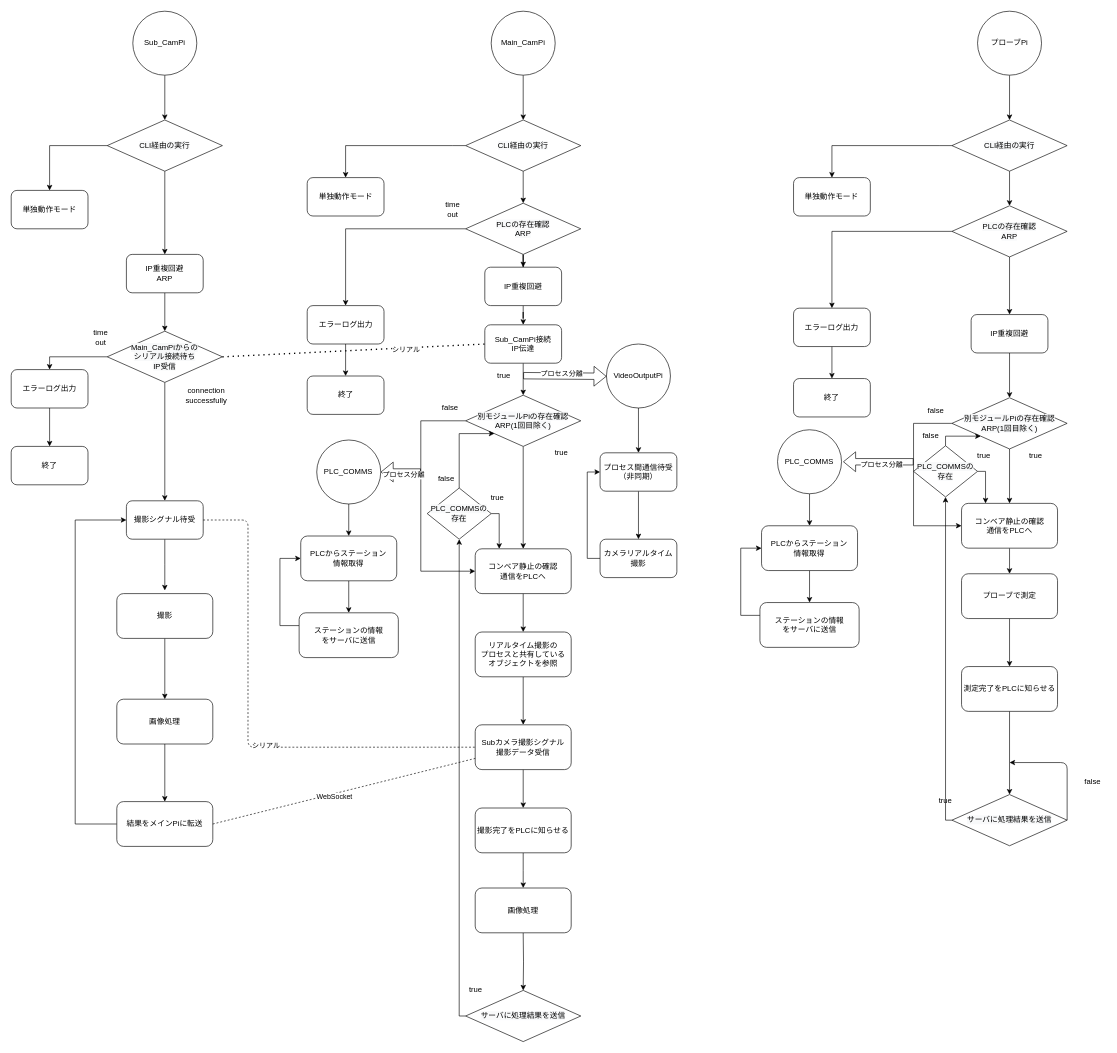
This is 設計/フローチャート.drawio from chekke1999/kaihatukadai, a draw.io file, before an edit. Source tidied: cells renumbered, new cells numbered last; positions are measured from the earlier drawing's top-left corner, leaving out a move shared by most shapes. Both pictures are drawn from the tidied source at 64%, with x=0, y=0 at pixel (11, 11).
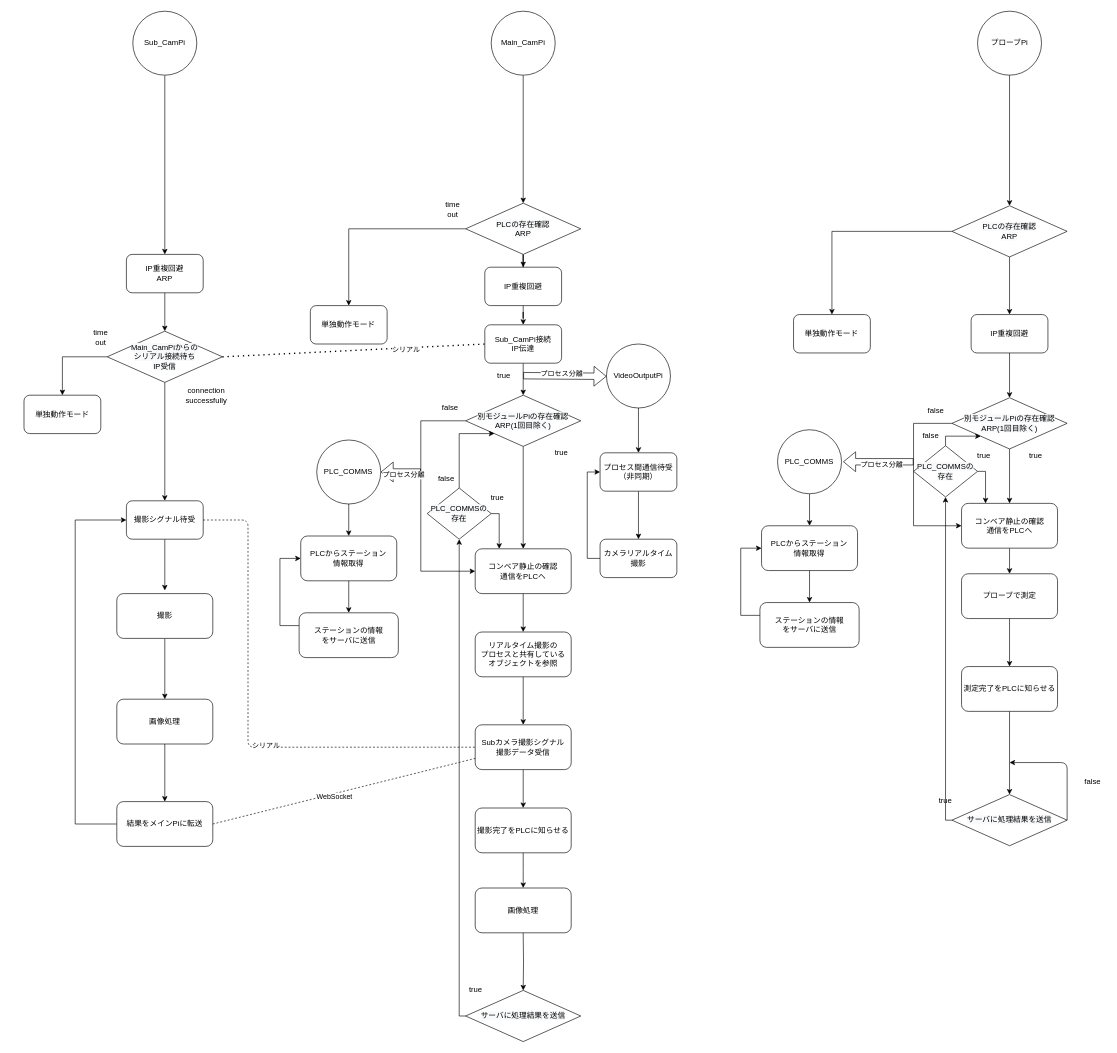
The same page after the edit.

Commit message:
フローチャート.drawio を更新します

Unchanged cells that the change refers to:
```xml
<mxCell id="3" value="Main_CamPi" style="ellipse;whiteSpace=wrap;html=1;" parent="1" vertex="1">
  <mxGeometry x="750" width="100" height="100" as="geometry" />
</mxCell>
<mxCell id="22" value="プローブPi" style="ellipse;whiteSpace=wrap;html=1;" parent="1" vertex="1">
  <mxGeometry x="1509.9" width="100" height="100" as="geometry" />
</mxCell>
<mxCell id="64" value="&lt;span style=&quot;color: rgb(0 , 0 , 0) ; font-family: &amp;#34;helvetica&amp;#34; ; font-size: 12px ; font-style: normal ; font-weight: 400 ; letter-spacing: normal ; text-align: center ; text-indent: 0px ; text-transform: none ; word-spacing: 0px ; background-color: rgb(248 , 249 , 250) ; display: inline ; float: none&quot;&gt;PLCの存在確認&lt;br&gt;ARP&lt;br&gt;&lt;/span&gt;" style="rhombus;whiteSpace=wrap;html=1;" parent="1" vertex="1">
  <mxGeometry x="710" y="300" width="180" height="80" as="geometry" />
</mxCell>
<mxCell id="67" value="Sub_CamPi" style="ellipse;whiteSpace=wrap;html=1;" parent="1" vertex="1">
  <mxGeometry x="190" width="100" height="100" as="geometry" />
</mxCell>
<mxCell id="70" value="&lt;span style=&quot;color: rgb(0 , 0 , 0) ; font-family: &amp;#34;helvetica&amp;#34; ; font-size: 12px ; font-style: normal ; font-weight: 400 ; letter-spacing: normal ; text-align: center ; text-indent: 0px ; text-transform: none ; word-spacing: 0px ; background-color: rgb(248 , 249 , 250) ; display: inline ; float: none&quot;&gt;&lt;span style=&quot;font-family: &amp;#34;helvetica&amp;#34;&quot;&gt;Main_CamPi&lt;/span&gt;からの&lt;br&gt;シリアル接続待ち&lt;br&gt;IP受信&lt;br&gt;&lt;/span&gt;" style="rhombus;whiteSpace=wrap;html=1;" parent="1" vertex="1">
  <mxGeometry x="150" y="500" width="180" height="80" as="geometry" />
</mxCell>
<mxCell id="88" value="IP重複回避&lt;br&gt;ARP" style="rounded=1;whiteSpace=wrap;html=1;" parent="1" vertex="1">
  <mxGeometry x="180" y="380" width="120" height="60" as="geometry" />
</mxCell>
<mxCell id="126" value="&lt;span style=&quot;color: rgb(0 , 0 , 0) ; font-family: &amp;#34;helvetica&amp;#34; ; font-size: 12px ; font-style: normal ; font-weight: 400 ; letter-spacing: normal ; text-align: center ; text-indent: 0px ; text-transform: none ; word-spacing: 0px ; background-color: rgb(248 , 249 , 250) ; display: inline ; float: none&quot;&gt;PLCの存在確認&lt;br&gt;ARP&lt;br&gt;&lt;/span&gt;" style="rhombus;whiteSpace=wrap;html=1;" parent="1" vertex="1">
  <mxGeometry x="1469.9" y="304" width="180" height="80" as="geometry" />
</mxCell>
```

Change to the diagram source:
```diff
@@
-    <mxCell id="2" style="edgeStyle=orthogonalEdgeStyle;rounded=0;jettySize=auto;html=1;" parent="1" edge="1" source="3" target="90">
+    <mxCell id="2" style="edgeStyle=orthogonalEdgeStyle;rounded=0;jettySize=auto;html=1;entryX=0.5;entryY=0;entryDx=0;entryDy=0;" parent="1" edge="1" source="3" target="64">
       <mxGeometry relative="1" as="geometry" />
     </mxCell>
@@
-    <mxCell id="21" style="edgeStyle=orthogonalEdgeStyle;rounded=0;jettySize=auto;html=1;entryX=0.5;entryY=0;entryDx=0;entryDy=0;" parent="1" edge="1" source="22" target="121">
-      <mxGeometry relative="1" as="geometry" />
-    </mxCell>
@@
-    <mxCell id="61" style="edgeStyle=orthogonalEdgeStyle;rounded=0;jettySize=auto;html=1;exitX=0;exitY=0.5;exitDx=0;exitDy=0;" parent="1" edge="1" source="90" target="65">
-      <mxGeometry relative="1" as="geometry">
-        <Array as="points">
-          <mxPoint x="690" y="210" />
-          <mxPoint x="690" y="210" />
-        </Array>
-      </mxGeometry>
-    </mxCell>
-    <mxCell id="62" style="edgeStyle=orthogonalEdgeStyle;rounded=0;jettySize=auto;html=1;" parent="1" edge="1" source="64" target="95">
-      <mxGeometry relative="1" as="geometry" />
-    </mxCell>
@@
+    <mxCell id="132" style="edgeStyle=orthogonalEdgeStyle;rounded=0;jettySize=auto;html=1;entryX=0.5;entryY=0;entryDx=0;entryDy=0;" parent="1" edge="1" source="64" target="65">
+      <mxGeometry relative="1" as="geometry" />
+    </mxCell>
@@
     <mxCell id="65" value="単独動作モード" style="rounded=1;whiteSpace=wrap;html=1;" parent="1" vertex="1">
-      <mxGeometry x="462.5" y="260" width="120" height="60" as="geometry" />
+      <mxGeometry x="467.4" y="460" width="120" height="60" as="geometry" />
     </mxCell>
-    <mxCell id="66" style="edgeStyle=orthogonalEdgeStyle;rounded=0;jettySize=auto;html=1;" parent="1" edge="1" source="67" target="93">
+    <mxCell id="66" style="edgeStyle=orthogonalEdgeStyle;rounded=0;jettySize=auto;html=1;" parent="1" edge="1" source="67" target="88">
       <mxGeometry relative="1" as="geometry" />
     </mxCell>
@@
-    <mxCell id="68" style="edgeStyle=orthogonalEdgeStyle;rounded=0;jettySize=auto;html=1;entryX=0.5;entryY=0;entryDx=0;entryDy=0;" parent="1" edge="1" source="70" target="99">
+    <mxCell id="68" style="edgeStyle=orthogonalEdgeStyle;rounded=0;jettySize=auto;html=1;" parent="1" edge="1" source="70" target="101">
       <mxGeometry relative="1" as="geometry" />
     </mxCell>
@@
-    <mxCell id="89" style="edgeStyle=orthogonalEdgeStyle;rounded=0;jettySize=auto;html=1;" parent="1" edge="1" source="90" target="64">
-      <mxGeometry relative="1" as="geometry" />
-    </mxCell>
-    <mxCell id="90" value="&lt;span style=&quot;color: rgb(0 , 0 , 0) ; font-family: &amp;#34;helvetica&amp;#34; ; font-size: 12px ; font-style: normal ; font-weight: 400 ; letter-spacing: normal ; text-align: center ; text-indent: 0px ; text-transform: none ; word-spacing: 0px ; background-color: rgb(248 , 249 , 250) ; display: inline ; float: none&quot;&gt;CLI経由の実行&lt;br&gt;&lt;/span&gt;" style="rhombus;whiteSpace=wrap;html=1;" parent="1" vertex="1">
-      <mxGeometry x="710" y="170" width="180" height="80" as="geometry" />
-    </mxCell>
-    <mxCell id="91" style="edgeStyle=orthogonalEdgeStyle;rounded=0;jettySize=auto;html=1;entryX=0.5;entryY=0;entryDx=0;entryDy=0;" parent="1" edge="1" source="93" target="88">
-      <mxGeometry relative="1" as="geometry" />
-    </mxCell>
-    <mxCell id="92" style="edgeStyle=orthogonalEdgeStyle;rounded=0;jettySize=auto;html=1;entryX=0.5;entryY=0;entryDx=0;entryDy=0;" parent="1" edge="1" source="93" target="101">
-      <mxGeometry relative="1" as="geometry" />
-    </mxCell>
-    <mxCell id="93" value="&lt;span style=&quot;color: rgb(0 , 0 , 0) ; font-family: &amp;#34;helvetica&amp;#34; ; font-size: 12px ; font-style: normal ; font-weight: 400 ; letter-spacing: normal ; text-align: center ; text-indent: 0px ; text-transform: none ; word-spacing: 0px ; background-color: rgb(248 , 249 , 250) ; display: inline ; float: none&quot;&gt;CLI経由の実行&lt;br&gt;&lt;/span&gt;" style="rhombus;whiteSpace=wrap;html=1;" parent="1" vertex="1">
-      <mxGeometry x="150" y="170" width="180" height="80" as="geometry" />
-    </mxCell>
-    <mxCell id="94" style="edgeStyle=orthogonalEdgeStyle;rounded=0;jettySize=auto;html=1;entryX=0.5;entryY=0;entryDx=0;entryDy=0;" parent="1" edge="1" source="95" target="97">
-      <mxGeometry relative="1" as="geometry" />
-    </mxCell>
-    <mxCell id="95" value="エラーログ出力" style="rounded=1;whiteSpace=wrap;html=1;" parent="1" vertex="1">
-      <mxGeometry x="462.5" y="460" width="120" height="60" as="geometry" />
-    </mxCell>
@@
-    <mxCell id="97" value="終了" style="rounded=1;whiteSpace=wrap;html=1;" parent="1" vertex="1">
-      <mxGeometry x="462.5" y="570" width="120" height="60" as="geometry" />
-    </mxCell>
-    <mxCell id="98" style="edgeStyle=orthogonalEdgeStyle;rounded=0;jettySize=auto;html=1;" parent="1" edge="1" source="99" target="100">
-      <mxGeometry relative="1" as="geometry" />
-    </mxCell>
-    <mxCell id="99" value="エラーログ出力" style="rounded=1;whiteSpace=wrap;html=1;" parent="1" vertex="1">
-      <mxGeometry y="560" width="120" height="60" as="geometry" />
-    </mxCell>
-    <mxCell id="100" value="終了" style="rounded=1;whiteSpace=wrap;html=1;" parent="1" vertex="1">
-      <mxGeometry y="680" width="120" height="60" as="geometry" />
-    </mxCell>
     <mxCell id="101" value="単独動作モード" style="rounded=1;whiteSpace=wrap;html=1;" parent="1" vertex="1">
-      <mxGeometry y="280" width="120" height="60" as="geometry" />
+      <mxGeometry x="20" y="600" width="120" height="60" as="geometry" />
     </mxCell>
@@
-    <mxCell id="118" style="edgeStyle=orthogonalEdgeStyle;rounded=0;jettySize=auto;html=1;exitX=0;exitY=0.5;exitDx=0;exitDy=0;" parent="1" edge="1" source="121" target="119">
-      <mxGeometry relative="1" as="geometry">
-        <Array as="points">
-          <mxPoint x="1449.9" y="210" />
-          <mxPoint x="1449.9" y="210" />
-        </Array>
-      </mxGeometry>
-    </mxCell>
     <mxCell id="119" value="単独動作モード" style="rounded=1;whiteSpace=wrap;html=1;" parent="1" vertex="1">
-      <mxGeometry x="1222.4" y="260" width="120" height="60" as="geometry" />
+      <mxGeometry x="1222.4" y="474" width="120" height="60" as="geometry" />
     </mxCell>
-    <mxCell id="120" style="edgeStyle=orthogonalEdgeStyle;rounded=0;jettySize=auto;html=1;" parent="1" edge="1" source="121" target="126">
+    <mxCell id="120" style="edgeStyle=orthogonalEdgeStyle;rounded=0;jettySize=auto;html=1;exitX=0.5;exitY=1;exitDx=0;exitDy=0;" parent="1" edge="1" source="22" target="126">
       <mxGeometry relative="1" as="geometry" />
     </mxCell>
-    <mxCell id="121" value="&lt;span style=&quot;color: rgb(0 , 0 , 0) ; font-family: &amp;#34;helvetica&amp;#34; ; font-size: 12px ; font-style: normal ; font-weight: 400 ; letter-spacing: normal ; text-align: center ; text-indent: 0px ; text-transform: none ; word-spacing: 0px ; background-color: rgb(248 , 249 , 250) ; display: inline ; float: none&quot;&gt;CLI経由の実行&lt;br&gt;&lt;/span&gt;" style="rhombus;whiteSpace=wrap;html=1;" parent="1" vertex="1">
-      <mxGeometry x="1469.9" y="170" width="180" height="80" as="geometry" />
-    </mxCell>
@@
-    <mxCell id="124" style="edgeStyle=orthogonalEdgeStyle;rounded=0;jettySize=auto;html=1;" parent="1" edge="1" source="126" target="128">
+    <mxCell id="124" style="edgeStyle=orthogonalEdgeStyle;rounded=0;jettySize=auto;html=1;entryX=0.5;entryY=0;entryDx=0;entryDy=0;" parent="1" edge="1" source="126" target="119">
       <mxGeometry relative="1" as="geometry" />
     </mxCell>
@@
-    <mxCell id="127" style="edgeStyle=orthogonalEdgeStyle;rounded=0;jettySize=auto;html=1;" parent="1" edge="1" source="128" target="129">
-      <mxGeometry relative="1" as="geometry" />
-    </mxCell>
-    <mxCell id="128" value="エラーログ出力" style="rounded=1;whiteSpace=wrap;html=1;" parent="1" vertex="1">
-      <mxGeometry x="1222.4" y="464" width="120" height="60" as="geometry" />
-    </mxCell>
-    <mxCell id="129" value="終了" style="rounded=1;whiteSpace=wrap;html=1;" parent="1" vertex="1">
-      <mxGeometry x="1222.4" y="574" width="120" height="60" as="geometry" />
-    </mxCell>
```
